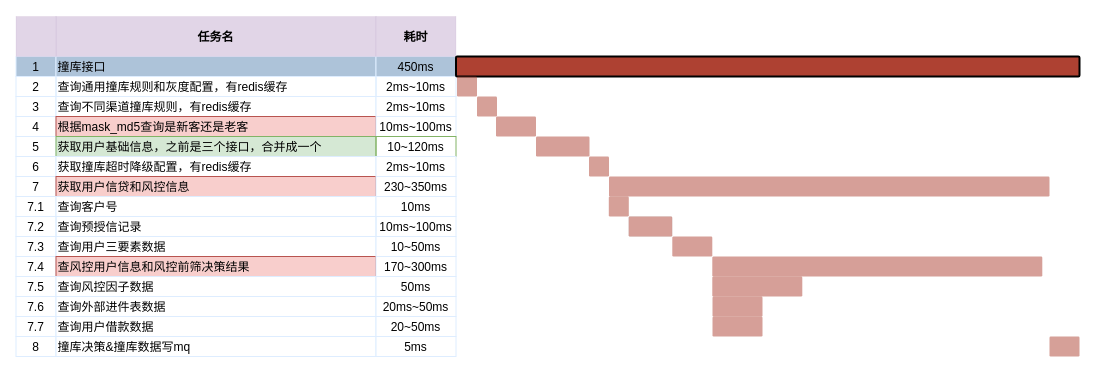
Before: api撞库-timeline.drawio in yuanlj-tea/picgo, a draw.io diagram. Source tidied: cells renumbered, new cells numbered last; positions are measured from the earlier drawing's top-left corner, leaving out a move shared by most shapes. Both pictures are drawn from the tidied source at 100%, with x=0, y=0 at pixel (15, 16).
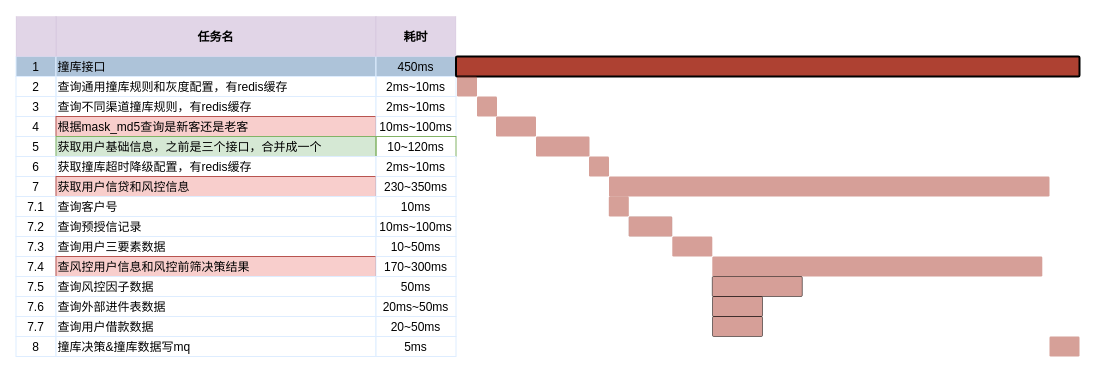
Above is the later version.

Diff of the diagram source:
```diff
@@
-    <mxCell id="59" style="shape=mxgraph.flowchart.process;fillColor=#AE4132;strokeColor=none;strokeWidth=2;opacity=50;" parent="1" vertex="1">
+    <mxCell id="59" style="shape=mxgraph.flowchart.process;fillColor=#AE4132;strokeColor=default;strokeWidth=1;opacity=50;" parent="1" vertex="1">
       <mxGeometry x="696.8" y="260" width="90" height="20" as="geometry" />
     </mxCell>
-    <mxCell id="60" style="shape=mxgraph.flowchart.process;fillColor=#AE4132;strokeColor=none;strokeWidth=2;opacity=50;" parent="1" vertex="1">
+    <mxCell id="60" style="shape=mxgraph.flowchart.process;fillColor=#AE4132;strokeColor=default;strokeWidth=1;opacity=50;" parent="1" vertex="1">
       <mxGeometry x="697" y="280" width="50" height="20" as="geometry" />
     </mxCell>
-    <mxCell id="61" style="shape=mxgraph.flowchart.process;fillColor=#AE4132;strokeColor=none;strokeWidth=2;opacity=50;" parent="1" vertex="1">
+    <mxCell id="61" style="shape=mxgraph.flowchart.process;fillColor=#AE4132;strokeColor=default;strokeWidth=1;opacity=50;" parent="1" vertex="1">
       <mxGeometry x="697" y="300" width="50" height="20" as="geometry" />
     </mxCell>
```
